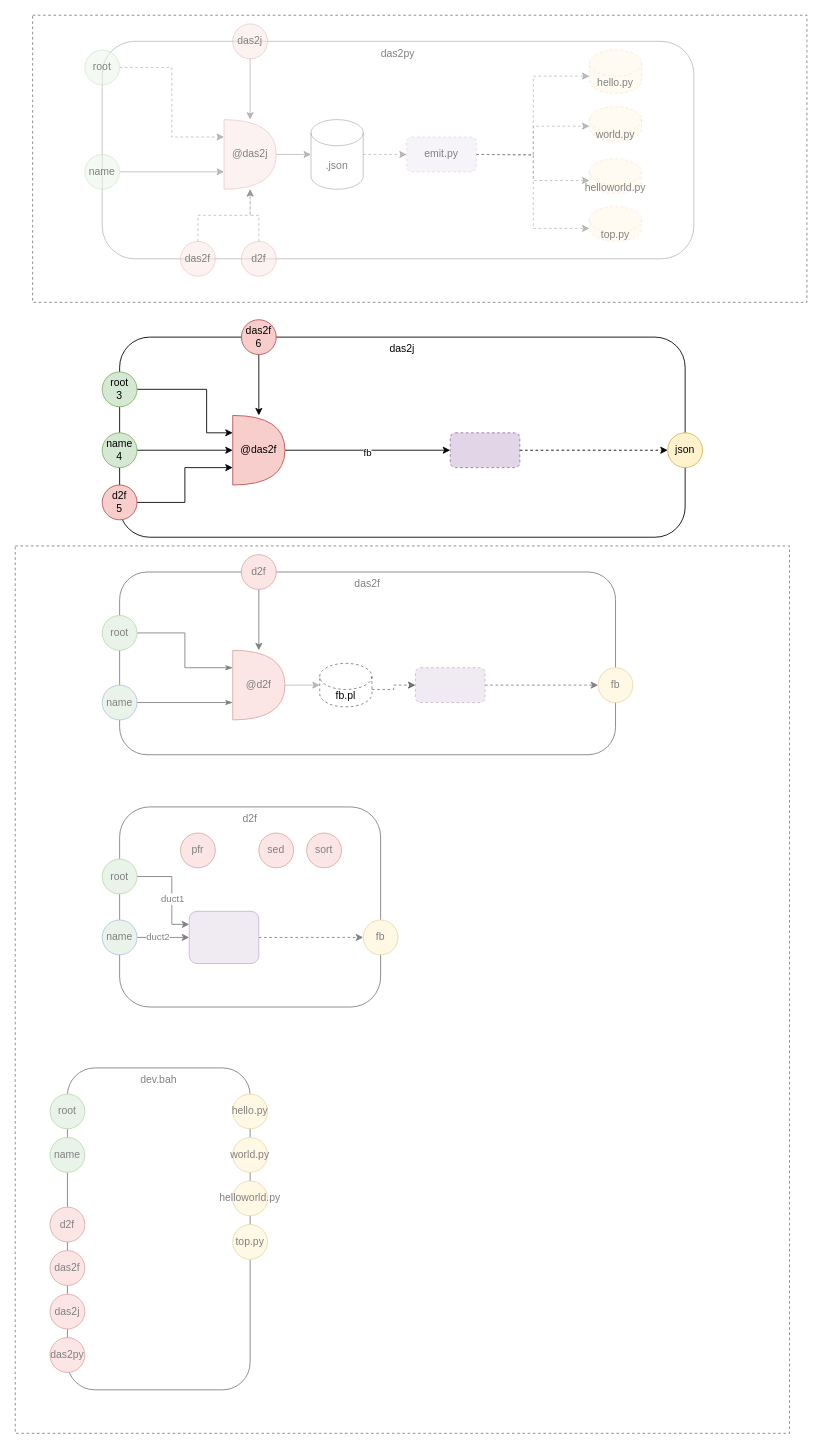
This is components.drawio from guitarvydas/d2py, a draw.io file, before an edit. Source tidied: cells renumbered, new cells numbered last; positions are measured from the earlier drawing's top-left corner, leaving out a move shared by most shapes. Both pictures are drawn from the tidied source at 87%, with x=0, y=0 at pixel (15, 15).
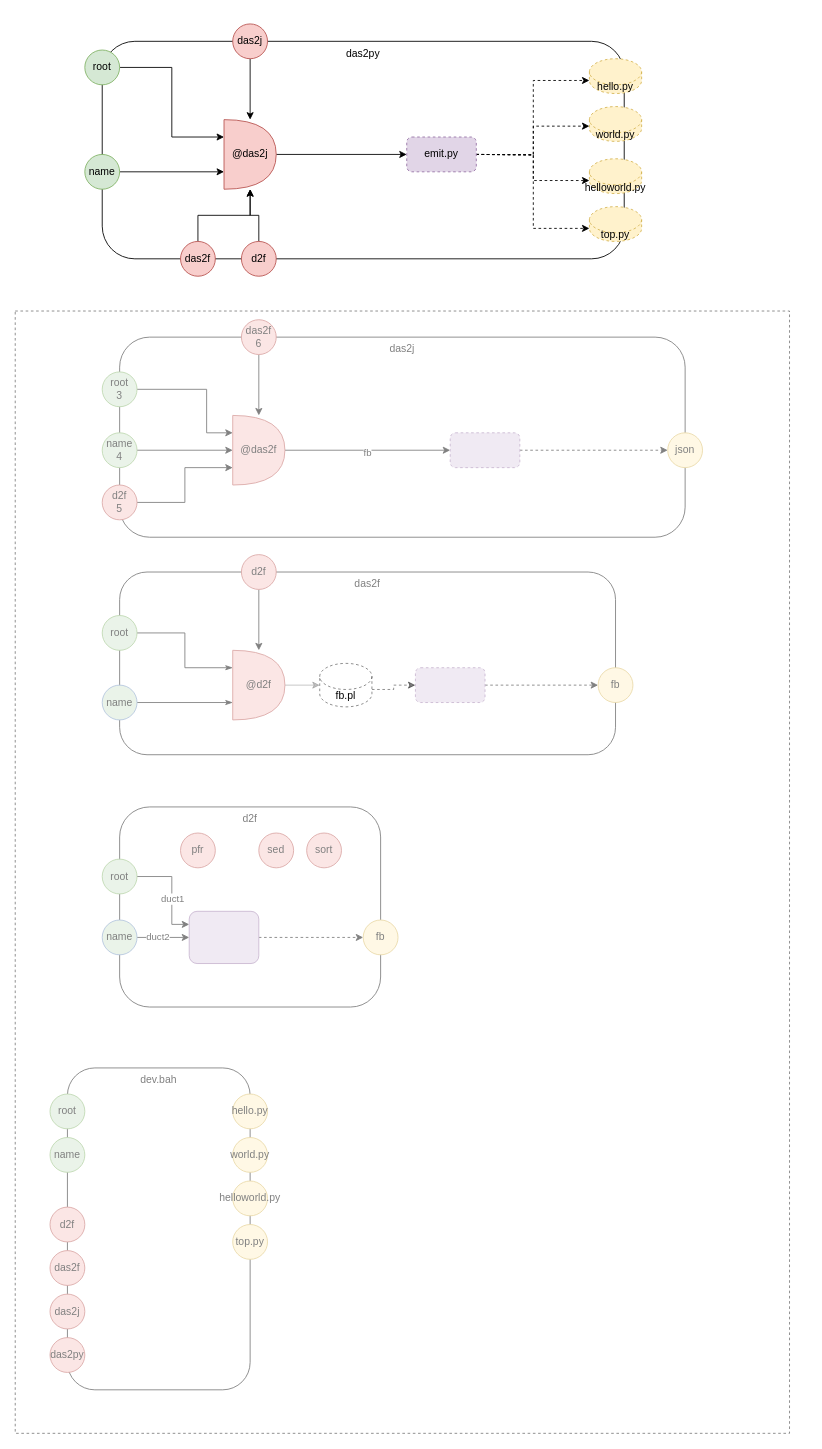
After the change.

What changed in the source:
```diff
@@
-    <mxCell id="3" value="das2py" style="rounded=1;whiteSpace=wrap;html=1;verticalAlign=top;opacity=50;" parent="1" vertex="1">
-      <mxGeometry x="100" y="30" width="680" height="250" as="geometry" />
+    <mxCell id="3" value="das2py" style="rounded=1;whiteSpace=wrap;html=1;verticalAlign=top;" parent="1" vertex="1">
+      <mxGeometry x="100" y="30" width="600" height="250" as="geometry" />
     </mxCell>
-    <mxCell id="4" style="edgeStyle=orthogonalEdgeStyle;rounded=0;jettySize=auto;html=1;exitX=0.5;exitY=1;exitDx=0;exitDy=0;opacity=50;" parent="1" edge="1" source="5" target="9">
+    <mxCell id="4" style="edgeStyle=orthogonalEdgeStyle;rounded=0;jettySize=auto;html=1;exitX=0.5;exitY=1;exitDx=0;exitDy=0;" parent="1" edge="1" source="5" target="9">
       <mxGeometry relative="1" as="geometry" />
     </mxCell>
-    <mxCell id="5" value="das2j" style="ellipse;whiteSpace=wrap;html=1;fillColor=#f8cecc;strokeColor=#b85450;opacity=50;" parent="1" vertex="1">
+    <mxCell id="5" value="das2j" style="ellipse;whiteSpace=wrap;html=1;fillColor=#f8cecc;strokeColor=#b85450;" parent="1" vertex="1">
       <mxGeometry x="250" y="10" width="40" height="40" as="geometry" />
     </mxCell>
-    <mxCell id="6" style="edgeStyle=orthogonalEdgeStyle;rounded=0;jettySize=auto;html=1;exitX=1;exitY=0.5;exitDx=0;exitDy=0;exitPerimeter=0;entryX=0;entryY=0.5;entryDx=0;entryDy=0;dashed=1;endArrow=classic;endFill=1;strokeColor=#000000;strokeWidth=1;opacity=50;" parent="1" edge="1" source="7" target="73">
-      <mxGeometry relative="1" as="geometry" />
-    </mxCell>
-    <mxCell id="7" value="&lt;span style=&quot;font-weight: normal&quot;&gt;.json&lt;/span&gt;" style="shape=cylinder3;whiteSpace=wrap;html=1;boundedLbl=1;backgroundOutline=1;size=15;fontStyle=1;opacity=50;" parent="1" vertex="1">
-      <mxGeometry x="340" y="120" width="60" height="80" as="geometry" />
-    </mxCell>
-    <mxCell id="8" style="edgeStyle=orthogonalEdgeStyle;rounded=0;jettySize=auto;html=1;exitX=1;exitY=0.5;exitDx=0;exitDy=0;exitPerimeter=0;opacity=50;" parent="1" edge="1" source="9" target="7">
+    <mxCell id="8" style="edgeStyle=orthogonalEdgeStyle;rounded=0;jettySize=auto;html=1;exitX=1;exitY=0.5;exitDx=0;exitDy=0;exitPerimeter=0;entryX=0;entryY=0.5;entryDx=0;entryDy=0;" parent="1" edge="1" source="9" target="73">
       <mxGeometry relative="1" as="geometry" />
     </mxCell>
-    <mxCell id="9" value="@das2j" style="shape=or;whiteSpace=wrap;html=1;fillColor=#f8cecc;strokeColor=#b85450;opacity=50;" parent="1" vertex="1">
+    <mxCell id="9" value="@das2j" style="shape=or;whiteSpace=wrap;html=1;fillColor=#f8cecc;strokeColor=#b85450;" parent="1" vertex="1">
       <mxGeometry x="240" y="120" width="60" height="80" as="geometry" />
     </mxCell>
-    <mxCell id="10" style="edgeStyle=orthogonalEdgeStyle;rounded=0;jettySize=auto;html=1;exitX=1;exitY=0.5;exitDx=0;exitDy=0;exitPerimeter=0;entryX=0;entryY=0;entryDx=0;entryDy=30;dashed=1;entryPerimeter=0;opacity=50;" parent="1" edge="1" target="65">
+    <mxCell id="10" style="edgeStyle=orthogonalEdgeStyle;rounded=0;jettySize=auto;html=1;exitX=1;exitY=0.5;exitDx=0;exitDy=0;exitPerimeter=0;entryX=0;entryY=1;entryDx=0;entryDy=-15;dashed=1;entryPerimeter=0;" parent="1" edge="1" target="65">
       <mxGeometry relative="1" as="geometry">
         <mxPoint x="530" y="160" as="sourcePoint" />
       </mxGeometry>
     </mxCell>
-    <mxCell id="11" style="edgeStyle=orthogonalEdgeStyle;rounded=0;jettySize=auto;html=1;entryX=0;entryY=1;entryDx=0;entryDy=-15;dashed=1;entryPerimeter=0;opacity=50;" parent="1" edge="1" target="67">
+    <mxCell id="11" style="edgeStyle=orthogonalEdgeStyle;rounded=0;jettySize=auto;html=1;entryX=0;entryY=1;entryDx=0;entryDy=-15;dashed=1;entryPerimeter=0;" parent="1" edge="1" target="67">
       <mxGeometry relative="1" as="geometry">
         <mxPoint x="530" y="160" as="sourcePoint" />
       </mxGeometry>
     </mxCell>
-    <mxCell id="12" style="edgeStyle=orthogonalEdgeStyle;rounded=0;jettySize=auto;html=1;entryX=0;entryY=1;entryDx=0;entryDy=-15;dashed=1;entryPerimeter=0;opacity=50;" parent="1" edge="1" target="68">
+    <mxCell id="12" style="edgeStyle=orthogonalEdgeStyle;rounded=0;jettySize=auto;html=1;entryX=0;entryY=1;entryDx=0;entryDy=-15;dashed=1;entryPerimeter=0;" parent="1" edge="1" target="68">
       <mxGeometry relative="1" as="geometry">
         <mxPoint x="530" y="160" as="sourcePoint" />
       </mxGeometry>
     </mxCell>
-    <mxCell id="13" style="edgeStyle=orthogonalEdgeStyle;rounded=0;jettySize=auto;html=1;entryX=0;entryY=0;entryDx=0;entryDy=22.5;dashed=1;entryPerimeter=0;opacity=50;" parent="1" edge="1" target="66">
+    <mxCell id="13" style="edgeStyle=orthogonalEdgeStyle;rounded=0;jettySize=auto;html=1;entryX=0;entryY=0;entryDx=0;entryDy=22.5;dashed=1;entryPerimeter=0;" parent="1" edge="1" target="66">
       <mxGeometry relative="1" as="geometry">
         <mxPoint x="530" y="160" as="sourcePoint" />
       </mxGeometry>
     </mxCell>
@@
-    <mxCell id="32" style="edgeStyle=orthogonalEdgeStyle;rounded=0;jettySize=auto;html=1;exitX=1;exitY=0.5;exitDx=0;exitDy=0;entryX=0;entryY=0.75;entryDx=0;entryDy=0;entryPerimeter=0;opacity=50;" parent="1" edge="1" source="33" target="9">
+    <mxCell id="32" style="edgeStyle=orthogonalEdgeStyle;rounded=0;jettySize=auto;html=1;exitX=1;exitY=0.5;exitDx=0;exitDy=0;entryX=0;entryY=0.75;entryDx=0;entryDy=0;entryPerimeter=0;" parent="1" edge="1" source="33" target="9">
       <mxGeometry relative="1" as="geometry" />
     </mxCell>
-    <mxCell id="33" value="name" style="ellipse;whiteSpace=wrap;html=1;fillColor=#d5e8d4;strokeColor=#82b366;opacity=50;" parent="1" vertex="1">
+    <mxCell id="33" value="name" style="ellipse;whiteSpace=wrap;html=1;fillColor=#d5e8d4;strokeColor=#82b366;" parent="1" vertex="1">
       <mxGeometry x="80" y="160" width="40" height="40" as="geometry" />
     </mxCell>
@@
-    <mxCell id="54" style="edgeStyle=orthogonalEdgeStyle;rounded=0;jettySize=auto;html=1;exitX=1;exitY=0.5;exitDx=0;exitDy=0;entryX=0;entryY=0.25;entryDx=0;entryDy=0;entryPerimeter=0;dashed=1;endArrow=classic;endFill=1;strokeColor=#000000;strokeWidth=1;opacity=50;" parent="1" edge="1" source="55" target="9">
+    <mxCell id="54" style="edgeStyle=orthogonalEdgeStyle;rounded=0;jettySize=auto;html=1;exitX=1;exitY=0.5;exitDx=0;exitDy=0;entryX=0;entryY=0.25;entryDx=0;entryDy=0;entryPerimeter=0;endArrow=classic;endFill=1;strokeColor=#000000;strokeWidth=1;" parent="1" edge="1" source="55" target="9">
       <mxGeometry relative="1" as="geometry" />
     </mxCell>
-    <mxCell id="55" value="root" style="ellipse;whiteSpace=wrap;html=1;fillColor=#d5e8d4;strokeColor=#82b366;opacity=50;" parent="1" vertex="1">
+    <mxCell id="55" value="root" style="ellipse;whiteSpace=wrap;html=1;fillColor=#d5e8d4;strokeColor=#82b366;" parent="1" vertex="1">
       <mxGeometry x="80" y="40" width="40" height="40" as="geometry" />
     </mxCell>
@@
-    <mxCell id="65" value="hello.py" style="shape=cylinder3;whiteSpace=wrap;html=1;boundedLbl=1;backgroundOutline=1;size=15;dashed=1;fillColor=#fff2cc;strokeColor=#d6b656;opacity=50;" parent="1" vertex="1">
-      <mxGeometry x="660" y="40" width="60" height="50" as="geometry" />
+    <mxCell id="65" value="hello.py" style="shape=cylinder3;whiteSpace=wrap;html=1;boundedLbl=1;backgroundOutline=1;size=15;dashed=1;fillColor=#fff2cc;strokeColor=#d6b656;" parent="1" vertex="1">
+      <mxGeometry x="660" y="50" width="60" height="40" as="geometry" />
     </mxCell>
-    <mxCell id="66" value="world.py" style="shape=cylinder3;whiteSpace=wrap;html=1;boundedLbl=1;backgroundOutline=1;size=15;dashed=1;fillColor=#fff2cc;strokeColor=#d6b656;opacity=50;" parent="1" vertex="1">
+    <mxCell id="66" value="world.py" style="shape=cylinder3;whiteSpace=wrap;html=1;boundedLbl=1;backgroundOutline=1;size=15;dashed=1;fillColor=#fff2cc;strokeColor=#d6b656;" parent="1" vertex="1">
       <mxGeometry x="660" y="105" width="60" height="40" as="geometry" />
     </mxCell>
-    <mxCell id="67" value="helloworld.py" style="shape=cylinder3;whiteSpace=wrap;html=1;boundedLbl=1;backgroundOutline=1;size=15;dashed=1;fillColor=#fff2cc;strokeColor=#d6b656;opacity=50;" parent="1" vertex="1">
+    <mxCell id="67" value="helloworld.py" style="shape=cylinder3;whiteSpace=wrap;html=1;boundedLbl=1;backgroundOutline=1;size=15;dashed=1;fillColor=#fff2cc;strokeColor=#d6b656;" parent="1" vertex="1">
       <mxGeometry x="660" y="165" width="60" height="40" as="geometry" />
     </mxCell>
-    <mxCell id="68" value="top.py" style="shape=cylinder3;whiteSpace=wrap;html=1;boundedLbl=1;backgroundOutline=1;size=15;dashed=1;fillColor=#fff2cc;strokeColor=#d6b656;opacity=50;" parent="1" vertex="1">
+    <mxCell id="68" value="top.py" style="shape=cylinder3;whiteSpace=wrap;html=1;boundedLbl=1;backgroundOutline=1;size=15;dashed=1;fillColor=#fff2cc;strokeColor=#d6b656;" parent="1" vertex="1">
       <mxGeometry x="660" y="220" width="60" height="40" as="geometry" />
     </mxCell>
-    <mxCell id="69" style="edgeStyle=orthogonalEdgeStyle;rounded=0;jettySize=auto;html=1;dashed=1;endArrow=classic;endFill=1;strokeColor=#000000;strokeWidth=1;opacity=50;" parent="1" edge="1" source="70" target="9">
+    <mxCell id="69" style="edgeStyle=orthogonalEdgeStyle;rounded=0;jettySize=auto;html=1;endArrow=classic;endFill=1;strokeColor=#000000;strokeWidth=1;" parent="1" edge="1" source="70" target="9">
       <mxGeometry relative="1" as="geometry">
         <Array as="points">
           <mxPoint x="210" y="230" />
           <mxPoint x="270" y="230" />
         </Array>
       </mxGeometry>
     </mxCell>
-    <mxCell id="70" value="das2f" style="ellipse;whiteSpace=wrap;html=1;fillColor=#f8cecc;strokeColor=#b85450;opacity=50;" parent="1" vertex="1">
+    <mxCell id="70" value="das2f" style="ellipse;whiteSpace=wrap;html=1;fillColor=#f8cecc;strokeColor=#b85450;" parent="1" vertex="1">
       <mxGeometry x="190" y="260" width="40" height="40" as="geometry" />
     </mxCell>
-    <mxCell id="71" style="edgeStyle=orthogonalEdgeStyle;rounded=0;jettySize=auto;html=1;exitX=0.5;exitY=0;exitDx=0;exitDy=0;dashed=1;endArrow=classic;endFill=1;strokeColor=#000000;strokeWidth=1;opacity=50;" parent="1" edge="1" source="72" target="9">
+    <mxCell id="71" style="edgeStyle=orthogonalEdgeStyle;rounded=0;jettySize=auto;html=1;exitX=0.5;exitY=0;exitDx=0;exitDy=0;endArrow=classic;endFill=1;strokeColor=#000000;strokeWidth=1;" parent="1" edge="1" source="72" target="9">
       <mxGeometry relative="1" as="geometry" />
     </mxCell>
-    <mxCell id="72" value="d2f" style="ellipse;whiteSpace=wrap;html=1;fillColor=#f8cecc;strokeColor=#b85450;opacity=50;" parent="1" vertex="1">
+    <mxCell id="72" value="d2f" style="ellipse;whiteSpace=wrap;html=1;fillColor=#f8cecc;strokeColor=#b85450;" parent="1" vertex="1">
       <mxGeometry x="260" y="260" width="40" height="40" as="geometry" />
     </mxCell>
-    <mxCell id="73" value="emit.py" style="rounded=1;whiteSpace=wrap;html=1;fillColor=#e1d5e7;strokeColor=#9673a6;dashed=1;opacity=50;" parent="1" vertex="1">
+    <mxCell id="73" value="emit.py" style="rounded=1;whiteSpace=wrap;html=1;fillColor=#e1d5e7;strokeColor=#9673a6;dashed=1;" parent="1" vertex="1">
       <mxGeometry x="450" y="140" width="80" height="40" as="geometry" />
     </mxCell>
@@
     <mxCell id="77" style="rounded=0;whiteSpace=wrap;html=1;dashed=1;opacity=50;" parent="1" vertex="1">
-      <mxGeometry y="610" width="890" height="1020" as="geometry" />
+      <mxGeometry y="340" width="890" height="1290" as="geometry" />
     </mxCell>
-    <mxCell id="78" style="rounded=0;whiteSpace=wrap;html=1;dashed=1;opacity=50;" parent="1" vertex="1">
-      <mxGeometry x="20" width="890" height="330" as="geometry" />
-    </mxCell>
```
